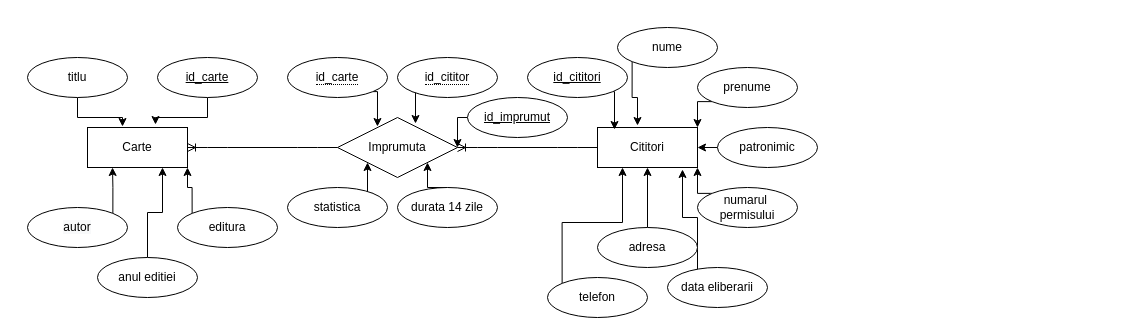
Earlier version of the draw.io diagram Laboratoare/Laborator 1/Ex 4/Ex 4.drawio (0ndrei/Gestiunea-informa-iei). Source tidied: cells renumbered, new cells numbered last; positions are measured from the earlier drawing's top-left corner, leaving out a move shared by most shapes. Both pictures are drawn from the tidied source at 100%, with x=0, y=0 at pixel (27, 27).
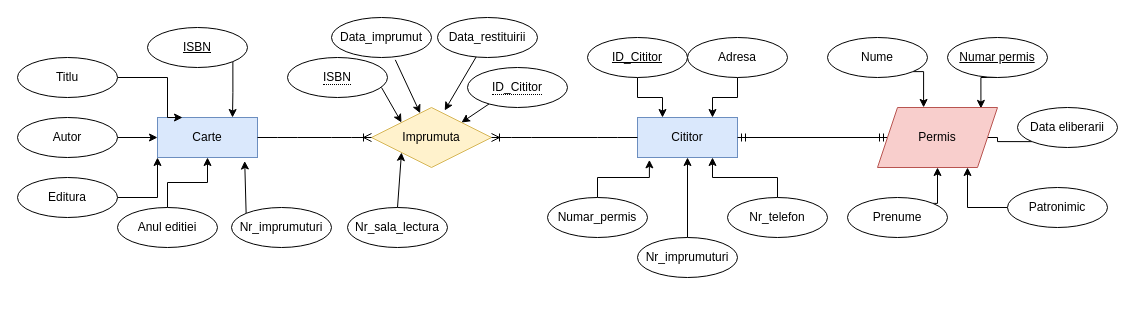
After the change.

Change to the diagram source:
```diff
@@
+    <mxCell id="43" value="Cititor" style="whiteSpace=wrap;html=1;align=center;fillColor=#dae8fc;strokeColor=#6c8ebf;" parent="1" vertex="1">
+      <mxGeometry x="610" y="90" width="100" height="40" as="geometry" />
+    </mxCell>
-    <mxCell id="2" value="Carte" style="whiteSpace=wrap;html=1;align=center;" parent="1" vertex="1">
-      <mxGeometry x="60" y="100" width="100" height="40" as="geometry" />
+    <mxCell id="2" value="Carte" style="whiteSpace=wrap;html=1;align=center;fillColor=#dae8fc;strokeColor=#6c8ebf;" parent="1" vertex="1">
+      <mxGeometry x="130" y="90" width="100" height="40" as="geometry" />
     </mxCell>
-    <mxCell id="3" style="edgeStyle=orthogonalEdgeStyle;rounded=0;jettySize=auto;html=1;exitX=0.5;exitY=1;exitDx=0;exitDy=0;entryX=0.68;entryY=-0.075;entryDx=0;entryDy=0;entryPerimeter=0;" parent="1" edge="1" source="4" target="2">
-      <mxGeometry relative="1" as="geometry" />
-    </mxCell>
-    <mxCell id="4" value="id_carte" style="ellipse;whiteSpace=wrap;html=1;align=center;fontStyle=4;" parent="1" vertex="1">
-      <mxGeometry x="130" y="30" width="100" height="40" as="geometry" />
-    </mxCell>
-    <mxCell id="5" style="edgeStyle=orthogonalEdgeStyle;rounded=0;jettySize=auto;html=1;exitX=0.5;exitY=1;exitDx=0;exitDy=0;entryX=0.35;entryY=-0.025;entryDx=0;entryDy=0;entryPerimeter=0;" parent="1" edge="1" source="6" target="2">
-      <mxGeometry relative="1" as="geometry" />
-    </mxCell>
-    <mxCell id="6" value="titlu" style="ellipse;whiteSpace=wrap;html=1;align=center;" parent="1" vertex="1">
-      <mxGeometry y="30" width="100" height="40" as="geometry" />
-    </mxCell>
-    <mxCell id="7" style="edgeStyle=orthogonalEdgeStyle;rounded=0;jettySize=auto;html=1;exitX=1;exitY=0;exitDx=0;exitDy=0;entryX=0.25;entryY=1;entryDx=0;entryDy=0;" parent="1" edge="1" source="8" target="2">
-      <mxGeometry relative="1" as="geometry" />
-    </mxCell>
-    <mxCell id="8" value="&#10;&#10;&lt;span style=&quot;color: rgb(0, 0, 0); font-family: helvetica; font-size: 12px; font-style: normal; font-weight: 400; letter-spacing: normal; text-align: center; text-indent: 0px; text-transform: none; word-spacing: 0px; background-color: rgb(248, 249, 250); display: inline; float: none;&quot;&gt;autor&lt;/span&gt;&#10;&#10;" style="ellipse;whiteSpace=wrap;html=1;align=center;" parent="1" vertex="1">
-      <mxGeometry y="180" width="100" height="40" as="geometry" />
-    </mxCell>
-    <mxCell id="9" style="edgeStyle=orthogonalEdgeStyle;rounded=0;jettySize=auto;html=1;exitX=0;exitY=0;exitDx=0;exitDy=0;entryX=1;entryY=1;entryDx=0;entryDy=0;" parent="1" edge="1" source="10" target="2">
-      <mxGeometry relative="1" as="geometry" />
-    </mxCell>
-    <mxCell id="10" value="editura" style="ellipse;whiteSpace=wrap;html=1;align=center;" parent="1" vertex="1">
-      <mxGeometry x="150" y="180" width="100" height="40" as="geometry" />
-    </mxCell>
-    <mxCell id="11" style="edgeStyle=orthogonalEdgeStyle;rounded=0;jettySize=auto;html=1;exitX=0.5;exitY=0;exitDx=0;exitDy=0;entryX=0.75;entryY=1;entryDx=0;entryDy=0;" parent="1" edge="1" source="12" target="2">
-      <mxGeometry relative="1" as="geometry" />
-    </mxCell>
-    <mxCell id="12" value="anul editiei" style="ellipse;whiteSpace=wrap;html=1;align=center;" parent="1" vertex="1">
-      <mxGeometry x="70" y="230" width="100" height="40" as="geometry" />
-    </mxCell>
-    <mxCell id="13" value="Cititori" style="whiteSpace=wrap;html=1;align=center;" parent="1" vertex="1">
-      <mxGeometry x="570" y="100" width="100" height="40" as="geometry" />
-    </mxCell>
-    <mxCell id="14" style="edgeStyle=orthogonalEdgeStyle;rounded=0;jettySize=auto;html=1;exitX=1;exitY=1;exitDx=0;exitDy=0;entryX=0.17;entryY=0.05;entryDx=0;entryDy=0;entryPerimeter=0;" parent="1" edge="1" source="15" target="13">
-      <mxGeometry relative="1" as="geometry" />
-    </mxCell>
-    <mxCell id="15" value="id_cititori" style="ellipse;whiteSpace=wrap;html=1;align=center;fontStyle=4;" parent="1" vertex="1">
-      <mxGeometry x="500" y="30" width="100" height="40" as="geometry" />
-    </mxCell>
-    <mxCell id="16" style="edgeStyle=orthogonalEdgeStyle;rounded=0;jettySize=auto;html=1;exitX=0;exitY=1;exitDx=0;exitDy=0;entryX=0.4;entryY=-0.05;entryDx=0;entryDy=0;entryPerimeter=0;" parent="1" edge="1" source="17" target="13">
-      <mxGeometry relative="1" as="geometry" />
-    </mxCell>
-    <mxCell id="17" value="nume" style="ellipse;whiteSpace=wrap;html=1;align=center;" parent="1" vertex="1">
-      <mxGeometry x="590" width="100" height="40" as="geometry" />
-    </mxCell>
-    <mxCell id="18" style="edgeStyle=orthogonalEdgeStyle;rounded=0;jettySize=auto;html=1;exitX=0;exitY=1;exitDx=0;exitDy=0;entryX=1;entryY=0;entryDx=0;entryDy=0;" parent="1" edge="1" source="19" target="13">
-      <mxGeometry relative="1" as="geometry" />
-    </mxCell>
-    <mxCell id="19" value="prenume" style="ellipse;whiteSpace=wrap;html=1;align=center;" parent="1" vertex="1">
-      <mxGeometry x="670" y="40" width="100" height="40" as="geometry" />
-    </mxCell>
-    <mxCell id="20" style="edgeStyle=orthogonalEdgeStyle;rounded=0;jettySize=auto;html=1;exitX=0;exitY=0.5;exitDx=0;exitDy=0;entryX=1;entryY=0.5;entryDx=0;entryDy=0;" parent="1" edge="1" source="21" target="13">
-      <mxGeometry relative="1" as="geometry" />
-    </mxCell>
-    <mxCell id="21" value="patronimic" style="ellipse;whiteSpace=wrap;html=1;align=center;" parent="1" vertex="1">
-      <mxGeometry x="690" y="100" width="100" height="40" as="geometry" />
-    </mxCell>
-    <mxCell id="22" style="edgeStyle=orthogonalEdgeStyle;rounded=0;jettySize=auto;html=1;exitX=0;exitY=0;exitDx=0;exitDy=0;entryX=1;entryY=1;entryDx=0;entryDy=0;" parent="1" edge="1" source="23" target="13">
-      <mxGeometry relative="1" as="geometry" />
-    </mxCell>
-    <mxCell id="23" value="numarul&amp;nbsp; permisului" style="ellipse;whiteSpace=wrap;html=1;align=center;" parent="1" vertex="1">
-      <mxGeometry x="670" y="160" width="100" height="40" as="geometry" />
-    </mxCell>
-    <mxCell id="24" style="edgeStyle=orthogonalEdgeStyle;rounded=0;jettySize=auto;html=1;exitX=1;exitY=0;exitDx=0;exitDy=0;entryX=0.85;entryY=1.05;entryDx=0;entryDy=0;entryPerimeter=0;" parent="1" edge="1" source="25" target="13">
-      <mxGeometry relative="1" as="geometry">
-        <Array as="points">
-          <mxPoint x="670" y="246" />
-          <mxPoint x="670" y="190" />
-          <mxPoint x="655" y="190" />
-        </Array>
-      </mxGeometry>
-    </mxCell>
-    <mxCell id="25" value="data eliberarii" style="ellipse;whiteSpace=wrap;html=1;align=center;" parent="1" vertex="1">
-      <mxGeometry x="640" y="240" width="100" height="40" as="geometry" />
-    </mxCell>
-    <mxCell id="26" style="edgeStyle=orthogonalEdgeStyle;rounded=0;jettySize=auto;html=1;exitX=0.5;exitY=0;exitDx=0;exitDy=0;entryX=0.5;entryY=1;entryDx=0;entryDy=0;" parent="1" edge="1" source="27" target="13">
-      <mxGeometry relative="1" as="geometry" />
-    </mxCell>
-    <mxCell id="27" value="adresa" style="ellipse;whiteSpace=wrap;html=1;align=center;" parent="1" vertex="1">
-      <mxGeometry x="570" y="200" width="100" height="40" as="geometry" />
-    </mxCell>
-    <mxCell id="28" style="edgeStyle=orthogonalEdgeStyle;rounded=0;jettySize=auto;html=1;exitX=0;exitY=0;exitDx=0;exitDy=0;entryX=0.25;entryY=1;entryDx=0;entryDy=0;" parent="1" edge="1" source="29" target="13">
-      <mxGeometry relative="1" as="geometry" />
-    </mxCell>
-    <mxCell id="29" value="telefon" style="ellipse;whiteSpace=wrap;html=1;align=center;" parent="1" vertex="1">
-      <mxGeometry x="520" y="250" width="100" height="40" as="geometry" />
-    </mxCell>
-    <mxCell id="30" value="Imprumuta" style="shape=rhombus;perimeter=rhombusPerimeter;whiteSpace=wrap;html=1;align=center;" parent="1" vertex="1">
-      <mxGeometry x="310" y="90" width="120" height="60" as="geometry" />
+    <mxCell id="30" value="Imprumuta" style="shape=rhombus;perimeter=rhombusPerimeter;whiteSpace=wrap;html=1;align=center;fillColor=#fff2cc;strokeColor=#d6b656;" parent="1" vertex="1">
+      <mxGeometry x="344" y="80" width="120" height="60" as="geometry" />
     </mxCell>
-    <mxCell id="31" style="edgeStyle=orthogonalEdgeStyle;rounded=0;jettySize=auto;html=1;exitX=1;exitY=1;exitDx=0;exitDy=0;entryX=0.333;entryY=0.15;entryDx=0;entryDy=0;entryPerimeter=0;" parent="1" edge="1" source="32" target="30">
-      <mxGeometry relative="1" as="geometry" />
-    </mxCell>
-    <mxCell id="32" value="&lt;span style=&quot;border-bottom: 1px dotted&quot;&gt;id_carte&lt;/span&gt;" style="ellipse;whiteSpace=wrap;html=1;align=center;" parent="1" vertex="1">
-      <mxGeometry x="260" y="30" width="100" height="40" as="geometry" />
-    </mxCell>
-    <mxCell id="33" style="edgeStyle=orthogonalEdgeStyle;rounded=0;jettySize=auto;html=1;exitX=0;exitY=1;exitDx=0;exitDy=0;entryX=0.65;entryY=0.1;entryDx=0;entryDy=0;entryPerimeter=0;" parent="1" edge="1" source="34" target="30">
-      <mxGeometry relative="1" as="geometry" />
-    </mxCell>
-    <mxCell id="34" value="&lt;span style=&quot;border-bottom: 1px dotted&quot;&gt;id_cititor&lt;/span&gt;" style="ellipse;whiteSpace=wrap;html=1;align=center;" parent="1" vertex="1">
-      <mxGeometry x="370" y="30" width="100" height="40" as="geometry" />
-    </mxCell>
-    <mxCell id="35" style="edgeStyle=orthogonalEdgeStyle;rounded=0;jettySize=auto;html=1;exitX=0;exitY=0.5;exitDx=0;exitDy=0;entryX=1;entryY=0.5;entryDx=0;entryDy=0;" parent="1" edge="1" source="36" target="30">
-      <mxGeometry relative="1" as="geometry" />
-    </mxCell>
-    <mxCell id="36" value="id_imprumut" style="ellipse;whiteSpace=wrap;html=1;align=center;fontStyle=4;" parent="1" vertex="1">
-      <mxGeometry x="440" y="70" width="100" height="40" as="geometry" />
-    </mxCell>
-    <mxCell id="37" style="edgeStyle=orthogonalEdgeStyle;rounded=0;jettySize=auto;html=1;exitX=0.5;exitY=0;exitDx=0;exitDy=0;entryX=1;entryY=1;entryDx=0;entryDy=0;" parent="1" edge="1" source="38" target="30">
-      <mxGeometry relative="1" as="geometry" />
-    </mxCell>
-    <mxCell id="38" value="durata 14 zile" style="ellipse;whiteSpace=wrap;html=1;align=center;" parent="1" vertex="1">
-      <mxGeometry x="370" y="160" width="100" height="40" as="geometry" />
-    </mxCell>
-    <mxCell id="39" style="edgeStyle=orthogonalEdgeStyle;rounded=0;jettySize=auto;html=1;exitX=1;exitY=0;exitDx=0;exitDy=0;entryX=0;entryY=1;entryDx=0;entryDy=0;" parent="1" edge="1" source="40" target="30">
-      <mxGeometry relative="1" as="geometry" />
-    </mxCell>
-    <mxCell id="40" value="statistica" style="ellipse;whiteSpace=wrap;html=1;align=center;" parent="1" vertex="1">
-      <mxGeometry x="260" y="160" width="100" height="40" as="geometry" />
-    </mxCell>
-    <mxCell id="41" style="edgeStyle=entityRelationEdgeStyle;fontSize=12;html=1;endArrow=ERoneToMany;exitX=0;exitY=0.5;exitDx=0;exitDy=0;entryX=1;entryY=0.5;entryDx=0;entryDy=0;" parent="1" edge="1" source="13" target="30">
-      <mxGeometry relative="1" as="geometry" />
-    </mxCell>
-    <mxCell id="42" style="edgeStyle=entityRelationEdgeStyle;fontSize=12;html=1;endArrow=ERoneToMany;entryX=1;entryY=0.5;entryDx=0;entryDy=0;exitX=0;exitY=0.5;exitDx=0;exitDy=0;" parent="1" edge="1" source="30" target="2">
-      <mxGeometry relative="1" as="geometry" />
-    </mxCell>
+    <mxCell id="44" style="edgeStyle=orthogonalEdgeStyle;rounded=0;jettySize=auto;html=1;exitX=1;exitY=1;exitDx=0;exitDy=0;entryX=0.75;entryY=0;entryDx=0;entryDy=0;" parent="1" edge="1" source="45" target="2">
+      <mxGeometry relative="1" as="geometry" />
+    </mxCell>
+    <mxCell id="45" value="ISBN" style="ellipse;whiteSpace=wrap;html=1;align=center;fontStyle=4;" parent="1" vertex="1">
+      <mxGeometry x="120" width="100" height="40" as="geometry" />
+    </mxCell>
+    <mxCell id="46" style="edgeStyle=orthogonalEdgeStyle;rounded=0;jettySize=auto;html=1;entryX=0.25;entryY=0;entryDx=0;entryDy=0;" parent="1" edge="1" source="47" target="2">
+      <mxGeometry relative="1" as="geometry">
+        <Array as="points">
+          <mxPoint x="140" y="50" />
+          <mxPoint x="140" y="90" />
+        </Array>
+      </mxGeometry>
+    </mxCell>
+    <mxCell id="47" value="Titlu" style="ellipse;whiteSpace=wrap;html=1;align=center;" parent="1" vertex="1">
+      <mxGeometry x="-10" y="30" width="100" height="40" as="geometry" />
+    </mxCell>
+    <mxCell id="48" style="edgeStyle=orthogonalEdgeStyle;rounded=0;jettySize=auto;html=1;entryX=0;entryY=0.5;entryDx=0;entryDy=0;" parent="1" edge="1" source="49" target="2">
+      <mxGeometry relative="1" as="geometry" />
+    </mxCell>
+    <mxCell id="49" value="Autor" style="ellipse;whiteSpace=wrap;html=1;align=center;" parent="1" vertex="1">
+      <mxGeometry x="-10" y="90" width="100" height="40" as="geometry" />
+    </mxCell>
+    <mxCell id="50" style="edgeStyle=orthogonalEdgeStyle;rounded=0;jettySize=auto;html=1;entryX=0;entryY=1;entryDx=0;entryDy=0;" parent="1" edge="1" source="51" target="2">
+      <mxGeometry relative="1" as="geometry" />
+    </mxCell>
+    <mxCell id="51" value="Editura" style="ellipse;whiteSpace=wrap;html=1;align=center;" parent="1" vertex="1">
+      <mxGeometry x="-10" y="150" width="100" height="40" as="geometry" />
+    </mxCell>
+    <mxCell id="52" style="edgeStyle=orthogonalEdgeStyle;rounded=0;jettySize=auto;html=1;" parent="1" edge="1" source="53" target="2">
+      <mxGeometry relative="1" as="geometry" />
+    </mxCell>
+    <mxCell id="53" value="Anul editiei" style="ellipse;whiteSpace=wrap;html=1;align=center;" parent="1" vertex="1">
+      <mxGeometry x="90" y="180" width="100" height="40" as="geometry" />
+    </mxCell>
+    <mxCell id="54" style="edgeStyle=orthogonalEdgeStyle;rounded=0;jettySize=auto;html=1;exitX=1;exitY=1;exitDx=0;exitDy=0;entryX=0.384;entryY=-0.001;entryDx=0;entryDy=0;entryPerimeter=0;" parent="1" edge="1" source="55" target="90">
+      <mxGeometry relative="1" as="geometry" />
+    </mxCell>
+    <mxCell id="55" value="Nume" style="ellipse;whiteSpace=wrap;html=1;align=center;" parent="1" vertex="1">
+      <mxGeometry x="800" y="10" width="100" height="40" as="geometry" />
+    </mxCell>
+    <mxCell id="56" style="edgeStyle=orthogonalEdgeStyle;rounded=0;jettySize=auto;html=1;exitX=0.5;exitY=1;exitDx=0;exitDy=0;entryX=0.862;entryY=0.015;entryDx=0;entryDy=0;entryPerimeter=0;" parent="1" edge="1" source="57" target="90">
+      <mxGeometry relative="1" as="geometry" />
+    </mxCell>
+    <mxCell id="57" value="Numar permis" style="ellipse;whiteSpace=wrap;html=1;align=center;fontStyle=4;" parent="1" vertex="1">
+      <mxGeometry x="920" y="10" width="100" height="40" as="geometry" />
+    </mxCell>
+    <mxCell id="58" style="edgeStyle=orthogonalEdgeStyle;rounded=0;jettySize=auto;html=1;exitX=0;exitY=1;exitDx=0;exitDy=0;" parent="1" edge="1" source="59" target="90">
+      <mxGeometry relative="1" as="geometry" />
+    </mxCell>
+    <mxCell id="59" value="Data eliberarii" style="ellipse;whiteSpace=wrap;html=1;align=center;" parent="1" vertex="1">
+      <mxGeometry x="990" y="80" width="100" height="40" as="geometry" />
+    </mxCell>
+    <mxCell id="60" style="edgeStyle=orthogonalEdgeStyle;rounded=0;jettySize=auto;html=1;entryX=0.25;entryY=0;entryDx=0;entryDy=0;" parent="1" edge="1" source="61" target="43">
+      <mxGeometry relative="1" as="geometry" />
+    </mxCell>
+    <mxCell id="61" value="ID_Cititor" style="ellipse;whiteSpace=wrap;html=1;align=center;fontStyle=4;" parent="1" vertex="1">
+      <mxGeometry x="560" y="10" width="100" height="40" as="geometry" />
+    </mxCell>
+    <mxCell id="62" style="edgeStyle=orthogonalEdgeStyle;rounded=0;jettySize=auto;html=1;exitX=0.5;exitY=1;exitDx=0;exitDy=0;entryX=0.75;entryY=0;entryDx=0;entryDy=0;" parent="1" edge="1" source="63" target="43">
+      <mxGeometry relative="1" as="geometry" />
+    </mxCell>
+    <mxCell id="63" value="Adresa" style="ellipse;whiteSpace=wrap;html=1;align=center;" parent="1" vertex="1">
+      <mxGeometry x="660" y="10" width="100" height="40" as="geometry" />
+    </mxCell>
+    <mxCell id="64" style="edgeStyle=orthogonalEdgeStyle;rounded=0;jettySize=auto;html=1;entryX=0.75;entryY=1;entryDx=0;entryDy=0;" parent="1" edge="1" source="65" target="43">
+      <mxGeometry relative="1" as="geometry" />
+    </mxCell>
+    <mxCell id="65" value="Nr_telefon" style="ellipse;whiteSpace=wrap;html=1;align=center;" parent="1" vertex="1">
+      <mxGeometry x="700" y="170" width="100" height="40" as="geometry" />
+    </mxCell>
+    <mxCell id="66" style="edgeStyle=orthogonalEdgeStyle;rounded=0;jettySize=auto;html=1;exitX=0;exitY=0.5;exitDx=0;exitDy=0;entryX=0.75;entryY=1;entryDx=0;entryDy=0;" parent="1" edge="1" source="67" target="90">
+      <mxGeometry relative="1" as="geometry" />
+    </mxCell>
+    <mxCell id="67" value="Patronimic" style="ellipse;whiteSpace=wrap;html=1;align=center;" parent="1" vertex="1">
+      <mxGeometry x="980" y="160" width="100" height="40" as="geometry" />
+    </mxCell>
+    <mxCell id="68" style="edgeStyle=orthogonalEdgeStyle;rounded=0;jettySize=auto;html=1;exitX=1;exitY=0;exitDx=0;exitDy=0;entryX=0.5;entryY=1;entryDx=0;entryDy=0;" parent="1" edge="1" source="69" target="90">
+      <mxGeometry relative="1" as="geometry" />
+    </mxCell>
+    <mxCell id="69" value="Prenume" style="ellipse;whiteSpace=wrap;html=1;align=center;" parent="1" vertex="1">
+      <mxGeometry x="820" y="170" width="100" height="40" as="geometry" />
+    </mxCell>
+    <mxCell id="70" style="edgeStyle=none;rounded=0;jettySize=auto;html=1;exitX=0.638;exitY=1.059;exitDx=0;exitDy=0;exitPerimeter=0;" parent="1" edge="1" source="71" target="30">
+      <mxGeometry relative="1" as="geometry" />
+    </mxCell>
+    <mxCell id="71" value="Data_imprumut" style="ellipse;whiteSpace=wrap;html=1;align=center;" parent="1" vertex="1">
+      <mxGeometry x="304" y="-10" width="100" height="40" as="geometry" />
+    </mxCell>
+    <mxCell id="72" style="edgeStyle=none;rounded=0;jettySize=auto;html=1;exitX=1;exitY=0.5;exitDx=0;exitDy=0;entryX=0;entryY=0;entryDx=0;entryDy=0;" parent="1" edge="1" target="30">
+      <mxGeometry relative="1" as="geometry">
+        <mxPoint x="354" y="60" as="sourcePoint" />
+      </mxGeometry>
+    </mxCell>
+    <mxCell id="73" style="edgeStyle=orthogonalEdgeStyle;rounded=0;orthogonalLoop=1;jettySize=auto;html=1;exitX=0.5;exitY=1;exitDx=0;exitDy=0;" parent="1" edge="1" source="63" target="63">
+      <mxGeometry relative="1" as="geometry" />
+    </mxCell>
+    <mxCell id="74" style="edgeStyle=none;rounded=0;jettySize=auto;html=1;exitX=0;exitY=1;exitDx=0;exitDy=0;entryX=1;entryY=0;entryDx=0;entryDy=0;" parent="1" edge="1" target="30">
+      <mxGeometry relative="1" as="geometry">
+        <mxPoint x="464.9" y="74.2" as="sourcePoint" />
+      </mxGeometry>
+    </mxCell>
+    <mxCell id="75" style="edgeStyle=orthogonalEdgeStyle;rounded=0;jettySize=auto;html=1;exitX=0.5;exitY=0;exitDx=0;exitDy=0;entryX=0.119;entryY=1.059;entryDx=0;entryDy=0;entryPerimeter=0;" parent="1" edge="1" source="76" target="43">
+      <mxGeometry relative="1" as="geometry" />
+    </mxCell>
+    <mxCell id="76" value="Numar_permis" style="ellipse;whiteSpace=wrap;html=1;align=center;" parent="1" vertex="1">
+      <mxGeometry x="520" y="170" width="100" height="40" as="geometry" />
+    </mxCell>
+    <mxCell id="77" style="fontSize=12;html=1;endArrow=ERmandOne;startArrow=ERmandOne;entryX=0;entryY=0.5;entryDx=0;entryDy=0;exitX=1;exitY=0.5;exitDx=0;exitDy=0;" parent="1" edge="1" source="43" target="90">
+      <mxGeometry relative="1" as="geometry" />
+    </mxCell>
+    <mxCell id="78" style="edgeStyle=entityRelationEdgeStyle;fontSize=12;html=1;endArrow=ERoneToMany;entryX=1;entryY=0.5;entryDx=0;entryDy=0;exitX=0;exitY=0.5;exitDx=0;exitDy=0;" parent="1" edge="1" source="43" target="30">
+      <mxGeometry relative="1" as="geometry" />
+    </mxCell>
+    <mxCell id="79" style="edgeStyle=entityRelationEdgeStyle;fontSize=12;html=1;endArrow=ERoneToMany;exitX=1;exitY=0.5;exitDx=0;exitDy=0;entryX=0;entryY=0.5;entryDx=0;entryDy=0;" parent="1" edge="1" source="2" target="30">
+      <mxGeometry relative="1" as="geometry" />
+    </mxCell>
+    <mxCell id="80" value="&lt;span style=&quot;border-bottom: 1px dotted&quot;&gt;ID_Cititor&lt;/span&gt;" style="ellipse;whiteSpace=wrap;html=1;align=center;" parent="1" vertex="1">
+      <mxGeometry x="440" y="40" width="100" height="40" as="geometry" />
+    </mxCell>
+    <mxCell id="81" value="&lt;span style=&quot;border-bottom: 1px dotted&quot;&gt;ISBN&lt;/span&gt;" style="ellipse;whiteSpace=wrap;html=1;align=center;" parent="1" vertex="1">
+      <mxGeometry x="260" y="30" width="100" height="40" as="geometry" />
+    </mxCell>
+    <mxCell id="82" style="edgeStyle=none;rounded=0;jettySize=auto;html=1;entryX=0.61;entryY=0.049;entryDx=0;entryDy=0;entryPerimeter=0;" parent="1" edge="1" source="83" target="30">
+      <mxGeometry relative="1" as="geometry" />
+    </mxCell>
+    <mxCell id="83" value="Data_restituirii" style="ellipse;whiteSpace=wrap;html=1;align=center;" parent="1" vertex="1">
+      <mxGeometry x="410" y="-10" width="100" height="40" as="geometry" />
+    </mxCell>
+    <mxCell id="84" style="edgeStyle=none;rounded=0;jettySize=auto;html=1;exitX=0.5;exitY=0;exitDx=0;exitDy=0;entryX=0.5;entryY=1;entryDx=0;entryDy=0;" parent="1" edge="1" source="85" target="43">
+      <mxGeometry relative="1" as="geometry" />
+    </mxCell>
+    <mxCell id="85" value="Nr_imprumuturi" style="ellipse;whiteSpace=wrap;html=1;align=center;" parent="1" vertex="1">
+      <mxGeometry x="610" y="210" width="100" height="40" as="geometry" />
+    </mxCell>
+    <mxCell id="86" style="edgeStyle=none;rounded=0;jettySize=auto;html=1;exitX=0;exitY=0;exitDx=0;exitDy=0;entryX=0.872;entryY=1.088;entryDx=0;entryDy=0;entryPerimeter=0;" parent="1" edge="1" source="87" target="2">
+      <mxGeometry relative="1" as="geometry" />
+    </mxCell>
+    <mxCell id="87" value="Nr_imprumuturi" style="ellipse;whiteSpace=wrap;html=1;align=center;" parent="1" vertex="1">
+      <mxGeometry x="204" y="180" width="100" height="40" as="geometry" />
+    </mxCell>
+    <mxCell id="88" style="edgeStyle=none;rounded=0;jettySize=auto;html=1;exitX=0.5;exitY=0;exitDx=0;exitDy=0;entryX=0;entryY=1;entryDx=0;entryDy=0;" parent="1" edge="1" source="89" target="30">
+      <mxGeometry relative="1" as="geometry" />
+    </mxCell>
+    <mxCell id="89" value="Nr_sala_lectura" style="ellipse;whiteSpace=wrap;html=1;align=center;" parent="1" vertex="1">
+      <mxGeometry x="320" y="180" width="100" height="40" as="geometry" />
+    </mxCell>
+    <mxCell id="90" value="Permis" style="shape=parallelogram;perimeter=parallelogramPerimeter;whiteSpace=wrap;html=1;fixedSize=1;fillColor=#f8cecc;strokeColor=#b85450;" parent="1" vertex="1">
+      <mxGeometry x="850" y="80" width="120" height="60" as="geometry" />
+    </mxCell>
```
